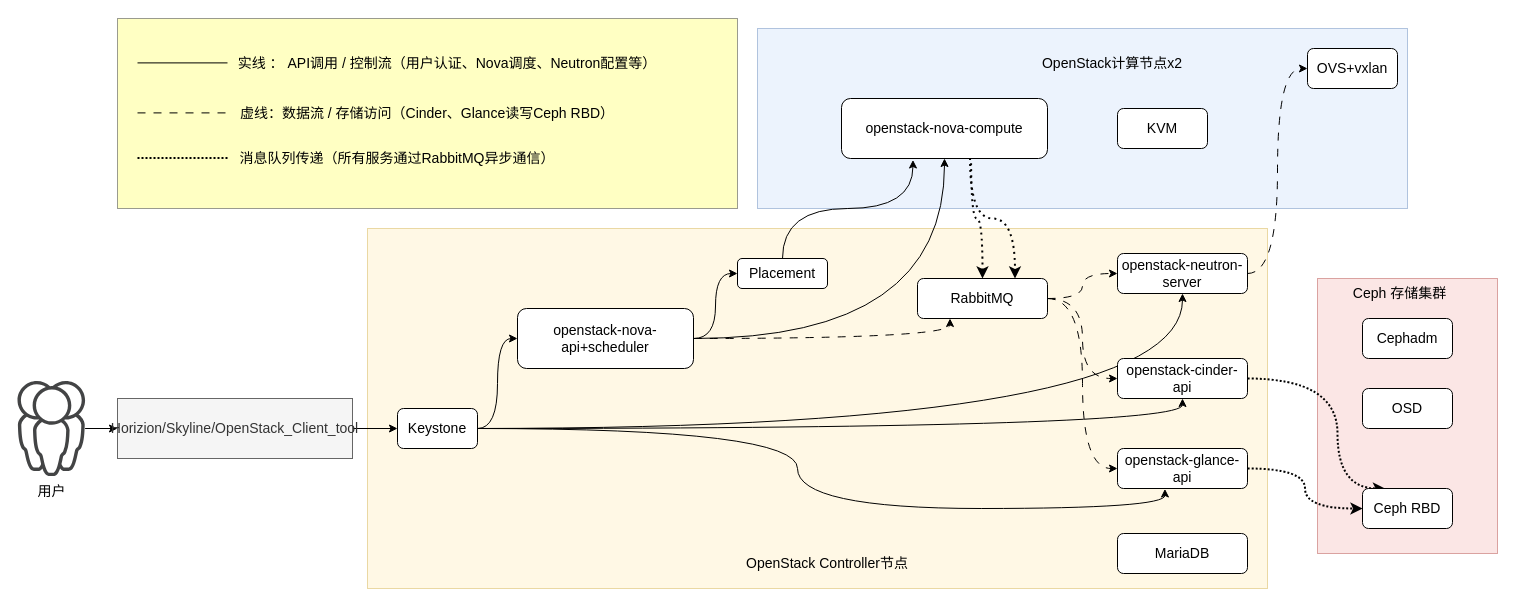
The draw.io diagram 整体逻辑架构图.drawio.drawio in lrAltas/DrwaIO, before the edit. Source tidied: cells renumbered, new cells numbered last; positions are measured from the earlier drawing's top-left corner, leaving out a move shared by most shapes. Both pictures are drawn from the tidied source at 100%, with x=0, y=0 at pixel (17, 18).
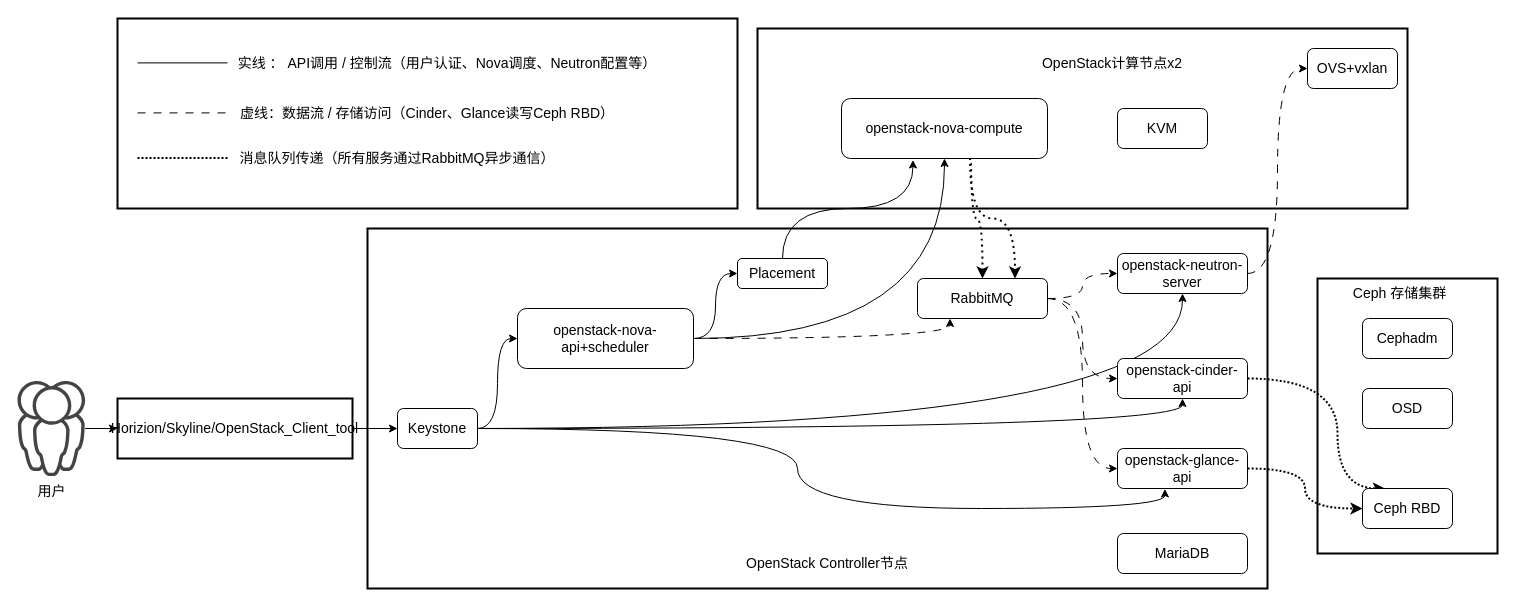
Above is the later version.

Commit message:
更新整体逻辑架构图.drawio.drawio

What changed in the source:
```diff
@@
-    <mxCell id="2" style="rounded=0;whiteSpace=wrap;html=1;fillColor=#f8cecc;strokeColor=#b85450;opacity=50;fontSize=14;" parent="1" vertex="1">
+    <mxCell id="2" style="rounded=0;whiteSpace=wrap;html=1;fontSize=14;strokeWidth=2;" parent="1" vertex="1">
       <mxGeometry x="1300" y="260" width="180" height="275" as="geometry" />
     </mxCell>
-    <mxCell id="3" style="rounded=0;whiteSpace=wrap;html=1;fillColor=#dae8fc;strokeColor=#6c8ebf;opacity=50;fontSize=14;" parent="1" vertex="1">
+    <mxCell id="3" style="rounded=0;whiteSpace=wrap;html=1;fontSize=14;strokeWidth=2;" parent="1" vertex="1">
       <mxGeometry x="740" y="10" width="650" height="180" as="geometry" />
     </mxCell>
-    <mxCell id="4" style="rounded=0;whiteSpace=wrap;html=1;fillColor=#fff2cc;strokeColor=#d6b656;opacity=50;fontSize=14;" parent="1" vertex="1">
+    <mxCell id="4" style="rounded=0;whiteSpace=wrap;html=1;fontSize=14;strokeWidth=2;" parent="1" vertex="1">
       <mxGeometry x="350" y="210" width="900" height="360" as="geometry" />
     </mxCell>
@@
-    <mxCell id="9" value="Horizion/Skyline/OpenStack_Client_tool" style="rounded=0;whiteSpace=wrap;html=1;fontSize=14;fillColor=#f5f5f5;fontColor=#333333;strokeColor=#666666;" parent="1" vertex="1">
+    <mxCell id="9" value="Horizion/Skyline/OpenStack_Client_tool" style="rounded=0;whiteSpace=wrap;html=1;fontSize=14;strokeWidth=2;" parent="1" vertex="1">
       <mxGeometry x="100" y="380" width="235" height="60" as="geometry" />
     </mxCell>
@@
-    <mxCell id="44" style="whiteSpace=wrap;html=1;fillColor=#ffff88;strokeColor=#36393d;opacity=50;" parent="1" vertex="1">
+    <mxCell id="44" style="whiteSpace=wrap;html=1;strokeWidth=2;" parent="1" vertex="1">
       <mxGeometry x="100" width="620" height="190" as="geometry" />
     </mxCell>
```
